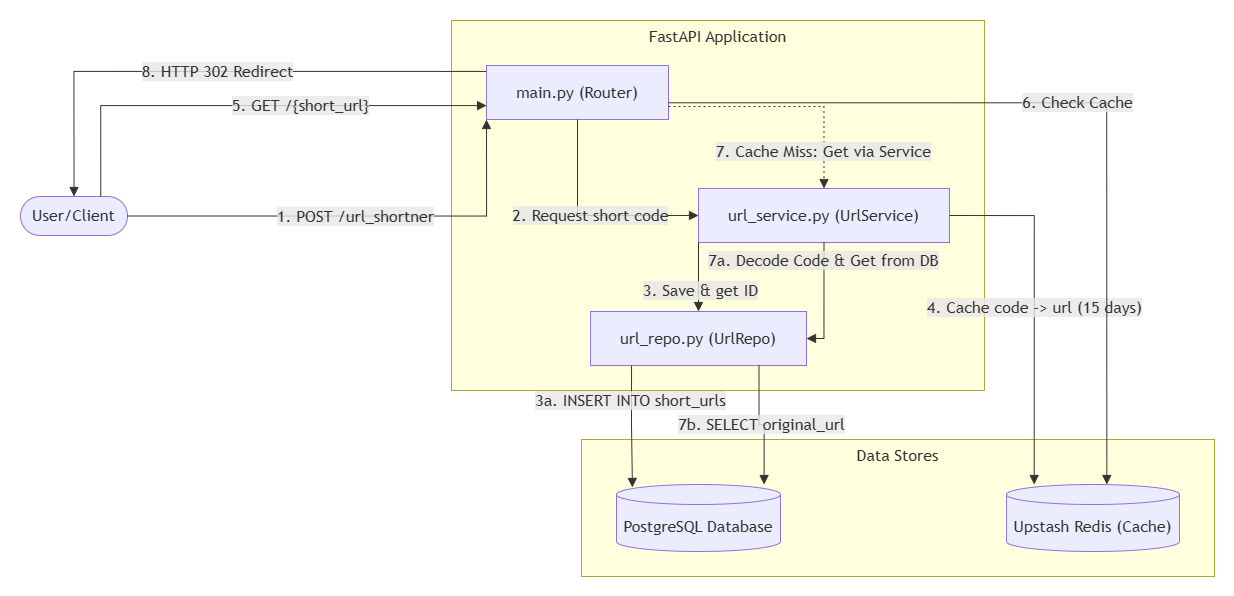
Nafeesa-Yousaf/url-shortener keeps this draw.io diagram as flow_diagram.png. Above is the earlier version. Source tidied: cells renumbered, new cells last; positions are measured from the earlier drawing's top-left corner, leaving out a move shared by most shapes. The source it was exported from:
```xml
<mxGraphModel>
  <root>
    <mxCell id="0" />
    <mxCell id="1" parent="0" />
    <mxCell id="2" style="group;transparentBounds=1;editIcon=1;lockedGroup=0;groupPadding=20;" parent="1" vertex="1">
      <mxGeometry as="geometry" />
    </mxCell>
    <mxCell id="3" value="FastAPI Application" style="html=1;whiteSpace=wrap;strokeWidth=1;verticalAlign=top;fillColor=light-dark(#ffffde,#1f2020);strokeColor=light-dark(#aaaa33,#cccccc);fontColor=light-dark(#333333,#cccccc);fontFamily=Trebuchet MS,Verdana,Arial,sans-serif;fontSize=16;" parent="2" vertex="1">
      <mxGeometry x="471" y="40" width="533" height="370" as="geometry" />
    </mxCell>
    <mxCell id="4" value="main.py (Router)" style="html=1;whiteSpace=wrap;strokeWidth=1;fillColor=light-dark(#ECECFF,#1f2020);strokeColor=light-dark(#9370DB,#cccccc);fontColor=light-dark(#333333,#cccccc);fontFamily=Trebuchet MS,Verdana,Arial,sans-serif;fontSize=16;" parent="3" vertex="1">
      <mxGeometry x="35" y="45" width="182" height="54" as="geometry" />
    </mxCell>
    <mxCell id="5" value="url_service.py (UrlService)" style="html=1;whiteSpace=wrap;strokeWidth=1;fillColor=light-dark(#ECECFF,#1f2020);strokeColor=light-dark(#9370DB,#cccccc);fontColor=light-dark(#333333,#cccccc);fontFamily=Trebuchet MS,Verdana,Arial,sans-serif;fontSize=16;" parent="3" vertex="1">
      <mxGeometry x="247" y="168" width="251" height="54" as="geometry" />
    </mxCell>
    <mxCell id="6" value="url_repo.py (UrlRepo)" style="html=1;whiteSpace=wrap;strokeWidth=1;fillColor=light-dark(#ECECFF,#1f2020);strokeColor=light-dark(#9370DB,#cccccc);fontColor=light-dark(#333333,#cccccc);fontFamily=Trebuchet MS,Verdana,Arial,sans-serif;fontSize=16;" parent="3" vertex="1">
      <mxGeometry x="139" y="291" width="216" height="54" as="geometry" />
    </mxCell>
    <mxCell id="7" value="2. Request short code" style="startArrow=none;endArrow=block;endSize=7;strokeColor=light-dark(#333333,#cccccc);html=1;fontSize=16;labelBackgroundColor=light-dark(#E8E8E88D,#2a2a2a8D);fontFamily=Trebuchet MS,Verdana,Arial,sans-serif;fontColor=light-dark(#333333,#cccccc);exitX=0.5;exitY=1;entryX=0;entryY=0.5;rounded=0;exitDx=0;exitDy=0;entryDx=0;entryDy=0;edgeStyle=orthogonalEdgeStyle;" parent="3" edge="1" source="4" target="5">
      <mxGeometry relative="1" as="geometry" />
    </mxCell>
    <mxCell id="8" value="3. Save &amp; get ID" style="startArrow=none;endArrow=block;endSize=7;strokeColor=light-dark(#333333,#cccccc);html=1;fontSize=16;labelBackgroundColor=light-dark(#E8E8E88D,#2a2a2a8D);fontFamily=Trebuchet MS,Verdana,Arial,sans-serif;fontColor=light-dark(#333333,#cccccc);entryX=0.5;entryY=0;rounded=0;edgeStyle=orthogonalEdgeStyle;entryDx=0;entryDy=0;exitX=0;exitY=1;exitDx=0;exitDy=0;" parent="3" edge="1" source="5" target="6">
      <mxGeometry x="0.39" y="2" relative="1" as="geometry" />
    </mxCell>
    <mxCell id="9" value="7. Cache Miss: Get via Service" style="dashed=1;dashPattern=2 3;fixDash=1;startArrow=none;endArrow=block;endSize=7;strokeColor=light-dark(#333333,#cccccc);html=1;fontSize=16;labelBackgroundColor=light-dark(#E8E8E88D,#2a2a2a8D);fontFamily=Trebuchet MS,Verdana,Arial,sans-serif;fontColor=light-dark(#333333,#cccccc);exitX=1;exitY=0.76;entryX=0.5;entryY=0;rounded=0;edgeStyle=orthogonalEdgeStyle;entryDx=0;entryDy=0;" parent="3" edge="1" source="4" target="5">
      <mxGeometry x="0.68" relative="1" as="geometry" />
    </mxCell>
    <mxCell id="10" value="7a. Decode Code &amp; Get from DB" style="startArrow=none;endArrow=block;endSize=7;strokeColor=light-dark(#333333,#cccccc);html=1;fontSize=16;labelBackgroundColor=light-dark(#E8E8E88D,#2a2a2a8D);fontFamily=Trebuchet MS,Verdana,Arial,sans-serif;fontColor=light-dark(#333333,#cccccc);entryX=1;entryY=0.5;rounded=0;edgeStyle=orthogonalEdgeStyle;entryDx=0;entryDy=0;exitX=0.5;exitY=1;exitDx=0;exitDy=0;" parent="3" edge="1" source="5" target="6">
      <mxGeometry x="-0.68" relative="1" as="geometry" />
    </mxCell>
    <mxCell id="11" value="Data Stores" style="html=1;whiteSpace=wrap;strokeWidth=1;verticalAlign=top;fillColor=light-dark(#ffffde,#1f2020);strokeColor=light-dark(#aaaa33,#cccccc);fontColor=light-dark(#333333,#cccccc);fontFamily=Trebuchet MS,Verdana,Arial,sans-serif;fontSize=16;" parent="2" vertex="1">
      <mxGeometry x="601" y="459" width="633" height="137" as="geometry" />
    </mxCell>
    <mxCell id="12" value="Upstash Redis (Cache)" style="html=1;shape=cylinder3;boundedLbl=1;backgroundOutline=1;size=10;strokeWidth=1;whiteSpace=wrap;fillColor=light-dark(#ECECFF,#1f2020);strokeColor=light-dark(#9370DB,#cccccc);fontColor=light-dark(#333333,#cccccc);fontFamily=Trebuchet MS,Verdana,Arial,sans-serif;fontSize=16;" parent="11" vertex="1">
      <mxGeometry x="425" y="45" width="173" height="67" as="geometry" />
    </mxCell>
    <mxCell id="13" value="PostgreSQL Database" style="html=1;shape=cylinder3;boundedLbl=1;backgroundOutline=1;size=10;strokeWidth=1;whiteSpace=wrap;fillColor=light-dark(#ECECFF,#1f2020);strokeColor=light-dark(#9370DB,#cccccc);fontColor=light-dark(#333333,#cccccc);fontFamily=Trebuchet MS,Verdana,Arial,sans-serif;fontSize=16;" parent="11" vertex="1">
      <mxGeometry x="35" y="45" width="164" height="67" as="geometry" />
    </mxCell>
    <mxCell id="14" value="User/Client" style="html=1;rounded=1;whiteSpace=wrap;arcSize=50;strokeWidth=1;fillColor=light-dark(#ECECFF,#1f2020);strokeColor=light-dark(#9370DB,#cccccc);fontColor=light-dark(#333333,#cccccc);fontFamily=Trebuchet MS,Verdana,Arial,sans-serif;fontSize=16;" parent="2" vertex="1">
      <mxGeometry x="40" y="216" width="107" height="39" as="geometry" />
    </mxCell>
    <mxCell id="15" value="1. POST /url_shortner" style="startArrow=none;endArrow=block;endSize=7;strokeColor=light-dark(#333333,#cccccc);html=1;fontSize=16;labelBackgroundColor=light-dark(#E8E8E88D,#2a2a2a8D);fontFamily=Trebuchet MS,Verdana,Arial,sans-serif;fontColor=light-dark(#333333,#cccccc);entryX=0;entryY=1;rounded=0;edgeStyle=orthogonalEdgeStyle;exitX=1;exitY=0.5;exitDx=0;exitDy=0;entryDx=0;entryDy=0;" parent="2" edge="1" source="14" target="4">
      <mxGeometry relative="1" as="geometry" />
    </mxCell>
    <mxCell id="16" value="5. GET /{short_url}" style="startArrow=none;endArrow=block;endSize=7;strokeColor=light-dark(#333333,#cccccc);html=1;fontSize=16;labelBackgroundColor=light-dark(#E8E8E88D,#2a2a2a8D);fontFamily=Trebuchet MS,Verdana,Arial,sans-serif;fontColor=light-dark(#333333,#cccccc);exitX=0.75;exitY=0;exitDx=0;exitDy=0;rounded=0;edgeStyle=orthogonalEdgeStyle;entryX=0;entryY=0.75;entryDx=0;entryDy=0;" parent="2" edge="1" source="14" target="4">
      <mxGeometry x="0.22" y="-1" relative="1" as="geometry">
        <Array as="points">
          <mxPoint x="120" y="125" />
          <mxPoint x="506" y="125" />
        </Array>
        <mxPoint y="-1" as="offset" />
      </mxGeometry>
    </mxCell>
    <mxCell id="17" value="3a. INSERT INTO short_urls" style="startArrow=none;endArrow=block;endSize=7;strokeColor=light-dark(#333333,#cccccc);html=1;fontSize=16;labelBackgroundColor=light-dark(#E8E8E88D,#2a2a2a8D);fontFamily=Trebuchet MS,Verdana,Arial,sans-serif;fontColor=light-dark(#333333,#cccccc);exitX=0.19;exitY=1;entryX=0.097;entryY=0.044;rounded=0;edgeStyle=orthogonalEdgeStyle;entryDx=0;entryDy=0;entryPerimeter=0;" parent="2" edge="1" source="6" target="13">
      <mxGeometry x="-0.43" y="-1" relative="1" as="geometry" />
    </mxCell>
    <mxCell id="18" value="4. Cache code -&gt; url (15 days)" style="startArrow=none;endArrow=block;endSize=7;strokeColor=light-dark(#333333,#cccccc);html=1;fontSize=16;labelBackgroundColor=light-dark(#E8E8E88D,#2a2a2a8D);fontFamily=Trebuchet MS,Verdana,Arial,sans-serif;fontColor=light-dark(#333333,#cccccc);exitX=1;exitY=0.5;entryX=0.16;entryY=0;rounded=0;edgeStyle=orthogonalEdgeStyle;exitDx=0;exitDy=0;" parent="2" edge="1" source="5" target="12">
      <mxGeometry relative="1" as="geometry" />
    </mxCell>
    <mxCell id="19" value="6. Check Cache" style="startArrow=none;endArrow=block;endSize=7;strokeColor=light-dark(#333333,#cccccc);html=1;fontSize=16;labelBackgroundColor=light-dark(#E8E8E88D,#2a2a2a8D);fontFamily=Trebuchet MS,Verdana,Arial,sans-serif;fontColor=light-dark(#333333,#cccccc);exitX=1;exitY=0.69;entryX=0.58;entryY=0;rounded=0;edgeStyle=orthogonalEdgeStyle;" parent="2" edge="1" source="4" target="12">
      <mxGeometry relative="1" as="geometry" />
    </mxCell>
    <mxCell id="20" value="7b. SELECT original_url" style="startArrow=none;endArrow=block;endSize=7;strokeColor=light-dark(#333333,#cccccc);html=1;fontSize=16;labelBackgroundColor=light-dark(#E8E8E88D,#2a2a2a8D);fontFamily=Trebuchet MS,Verdana,Arial,sans-serif;fontColor=light-dark(#333333,#cccccc);exitX=0.78;exitY=1;entryX=0.9;entryY=0;rounded=0;edgeStyle=orthogonalEdgeStyle;" parent="2" edge="1" source="6" target="13">
      <mxGeometry relative="1" as="geometry" />
    </mxCell>
    <mxCell id="21" value="8. HTTP 302 Redirect" style="startArrow=none;endArrow=block;endSize=7;strokeColor=light-dark(#333333,#cccccc);html=1;fontSize=16;labelBackgroundColor=light-dark(#E8E8E88D,#2a2a2a8D);fontFamily=Trebuchet MS,Verdana,Arial,sans-serif;fontColor=light-dark(#333333,#cccccc);exitX=-0.001;exitY=0.11;exitDx=0;exitDy=0;entryX=0.5;entryY=0;entryDx=0;entryDy=0;rounded=0;edgeStyle=orthogonalEdgeStyle;exitPerimeter=0;" parent="2" edge="1" source="4" target="14">
      <mxGeometry relative="1" as="geometry" />
    </mxCell>
  </root>
</mxGraphModel>
```
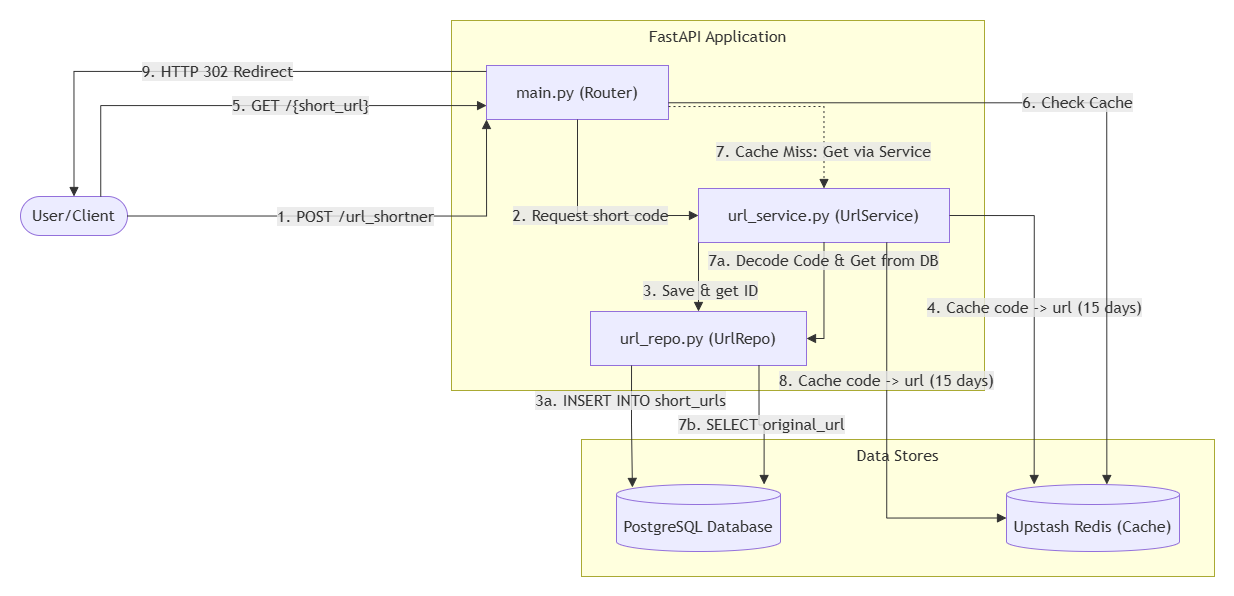
The same file after the commit.

The edit, as a diff of the source:
```diff
@@ -65,8 +65,11 @@
     <mxCell id="20" value="7b. SELECT original_url" style="startArrow=none;endArrow=block;endSize=7;strokeColor=light-dark(#333333,#cccccc);html=1;fontSize=16;labelBackgroundColor=light-dark(#E8E8E88D,#2a2a2a8D);fontFamily=Trebuchet MS,Verdana,Arial,sans-serif;fontColor=light-dark(#333333,#cccccc);exitX=0.78;exitY=1;entryX=0.9;entryY=0;rounded=0;edgeStyle=orthogonalEdgeStyle;" parent="2" edge="1" source="6" target="13">
       <mxGeometry relative="1" as="geometry" />
     </mxCell>
-    <mxCell id="21" value="8. HTTP 302 Redirect" style="startArrow=none;endArrow=block;endSize=7;strokeColor=light-dark(#333333,#cccccc);html=1;fontSize=16;labelBackgroundColor=light-dark(#E8E8E88D,#2a2a2a8D);fontFamily=Trebuchet MS,Verdana,Arial,sans-serif;fontColor=light-dark(#333333,#cccccc);exitX=-0.001;exitY=0.11;exitDx=0;exitDy=0;entryX=0.5;entryY=0;entryDx=0;entryDy=0;rounded=0;edgeStyle=orthogonalEdgeStyle;exitPerimeter=0;" parent="2" edge="1" source="4" target="14">
+    <mxCell id="21" value="9. HTTP 302 Redirect" style="startArrow=none;endArrow=block;endSize=7;strokeColor=light-dark(#333333,#cccccc);html=1;fontSize=16;labelBackgroundColor=light-dark(#E8E8E88D,#2a2a2a8D);fontFamily=Trebuchet MS,Verdana,Arial,sans-serif;fontColor=light-dark(#333333,#cccccc);exitX=-0.001;exitY=0.11;exitDx=0;exitDy=0;entryX=0.5;entryY=0;entryDx=0;entryDy=0;rounded=0;edgeStyle=orthogonalEdgeStyle;exitPerimeter=0;" parent="2" edge="1" source="4" target="14">
       <mxGeometry relative="1" as="geometry" />
     </mxCell>
+    <mxCell id="22" value="8. Cache code -&amp;gt; url (15 days)" style="startArrow=none;endArrow=block;endSize=7;strokeColor=light-dark(#333333,#cccccc);html=1;fontSize=16;labelBackgroundColor=light-dark(#E8E8E88D,#2a2a2a8D);fontFamily=Trebuchet MS,Verdana,Arial,sans-serif;fontColor=light-dark(#333333,#cccccc);exitX=0.75;exitY=1;entryX=0;entryY=0.5;rounded=0;edgeStyle=orthogonalEdgeStyle;exitDx=0;exitDy=0;entryDx=0;entryDy=0;entryPerimeter=0;" parent="2" edge="1" source="5" target="12">
+      <mxGeometry x="-0.3" relative="1" as="geometry" />
+    </mxCell>
   </root>
 </mxGraphModel>
```
